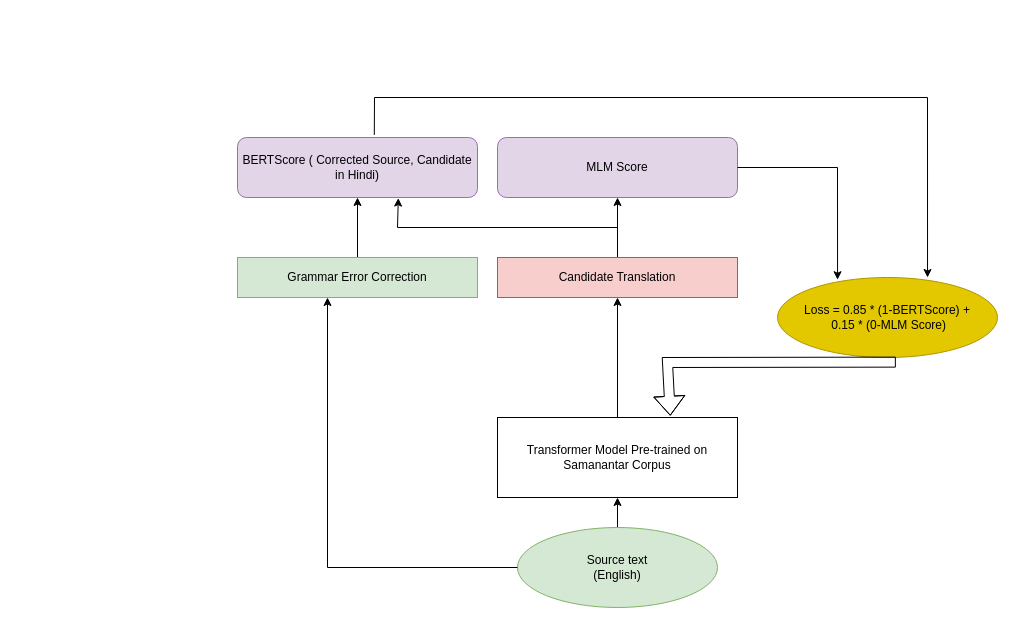
babangain/drawio keeps this draw.io diagram as transformer_with_grammar_correction_mlm_bertscore.drawio. Above is the earlier version. Source tidied: cells renumbered, new cells numbered last; positions are measured from the earlier drawing's top-left corner, leaving out a move shared by most shapes. Both pictures are drawn from the tidied source at 100%, with x=0, y=0 at pixel (237, 97).
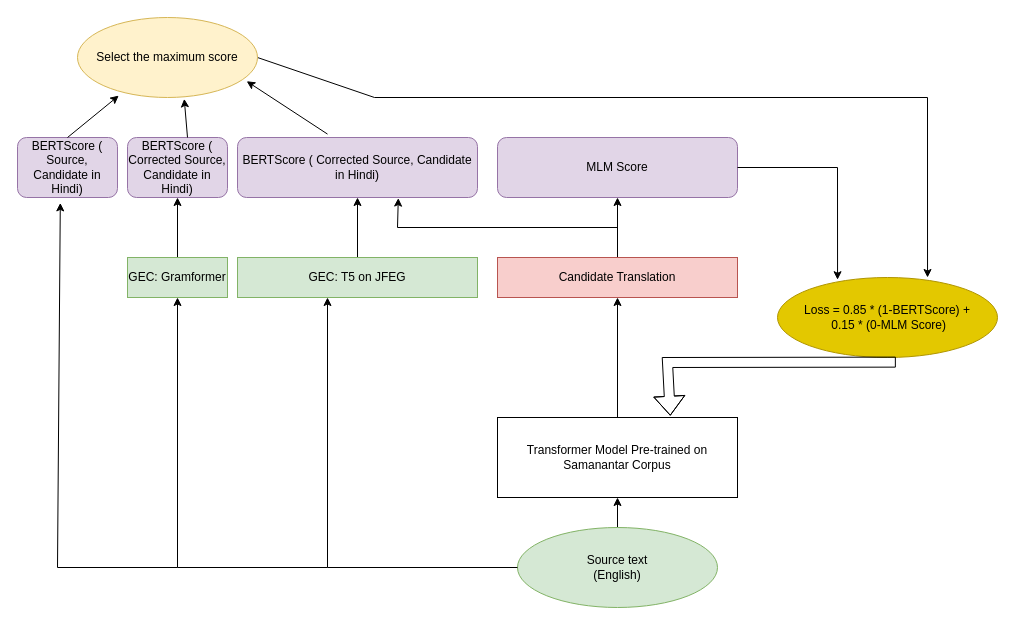
The same diagram, later.

The change refers to these unchanged cells:
```xml
<mxCell id="5" value="Source text&lt;br&gt;(English)" style="ellipse;whiteSpace=wrap;html=1;fillColor=#d5e8d4;strokeColor=#82b366;" parent="1" vertex="1">
  <mxGeometry x="280" y="430" width="200" height="80" as="geometry" />
</mxCell>
<mxCell id="14" value="Loss = 0.85 * (1-BERTScore) +&lt;br&gt;&amp;nbsp;0.15 * (0-MLM Score)" style="ellipse;whiteSpace=wrap;html=1;fillColor=#e3c800;fontColor=#000000;strokeColor=#B09500;" parent="1" vertex="1">
  <mxGeometry x="540" y="180" width="220" height="80" as="geometry" />
</mxCell>
```

What changed in the source:
```diff
@@
-    <mxCell id="8" style="endArrow=classic;html=1;rounded=0;exitX=0;exitY=0.5;exitDx=0;exitDy=0;entryX=0.375;entryY=1;entryDx=0;entryDy=0;entryPerimeter=0;" parent="1" edge="1" source="5" target="10">
-      <mxGeometry relative="1" as="geometry">
-        <Array as="points">
-          <mxPoint x="90" y="470" />
-        </Array>
-      </mxGeometry>
-    </mxCell>
-    <mxCell id="9" style="edgeStyle=orthogonalEdgeStyle;rounded=0;jettySize=auto;html=1;" parent="1" edge="1" source="10" target="12">
-      <mxGeometry relative="1" as="geometry" />
-    </mxCell>
-    <mxCell id="10" value="Grammar Error Correction" style="rounded=0;whiteSpace=wrap;html=1;fillColor=#d5e8d4;strokeColor=#82b366;" parent="1" vertex="1">
-      <mxGeometry y="160" width="240" height="40" as="geometry" />
-    </mxCell>
+    <mxCell id="18" style="endArrow=classic;html=1;rounded=0;exitX=0;exitY=0.5;exitDx=0;exitDy=0;entryX=0.375;entryY=1;entryDx=0;entryDy=0;entryPerimeter=0;" parent="1" edge="1" source="5" target="20">
+      <mxGeometry relative="1" as="geometry">
+        <Array as="points">
+          <mxPoint x="90" y="470" />
+        </Array>
+      </mxGeometry>
+    </mxCell>
+    <mxCell id="19" style="edgeStyle=orthogonalEdgeStyle;rounded=0;jettySize=auto;html=1;" parent="1" edge="1" source="20" target="21">
+      <mxGeometry relative="1" as="geometry" />
+    </mxCell>
+    <mxCell id="20" value="GEC: T5 on JFEG" style="rounded=0;whiteSpace=wrap;html=1;fillColor=#d5e8d4;strokeColor=#82b366;" parent="1" vertex="1">
+      <mxGeometry y="160" width="240" height="40" as="geometry" />
+    </mxCell>
@@
-    <mxCell id="12" value="BERTScore ( Corrected Source, Candidate in Hindi)" style="rounded=1;whiteSpace=wrap;html=1;fillColor=#e1d5e7;strokeColor=#9673a6;" parent="1" vertex="1">
-      <mxGeometry y="40" width="240" height="60" as="geometry" />
-    </mxCell>
-    <mxCell id="13" style="endArrow=classic;html=1;rounded=0;entryX=0.67;entryY=1.01;entryDx=0;entryDy=0;entryPerimeter=0;" parent="1" edge="1" target="12">
-      <mxGeometry relative="1" as="geometry">
-        <mxPoint x="380" y="130" as="sourcePoint" />
-        <Array as="points">
-          <mxPoint x="160" y="130" />
-        </Array>
-      </mxGeometry>
-    </mxCell>
+    <mxCell id="21" value="BERTScore ( Corrected Source, Candidate in Hindi)" style="rounded=1;whiteSpace=wrap;html=1;fillColor=#e1d5e7;strokeColor=#9673a6;" parent="1" vertex="1">
+      <mxGeometry y="40" width="240" height="60" as="geometry" />
+    </mxCell>
+    <mxCell id="22" style="endArrow=classic;html=1;rounded=0;entryX=0.67;entryY=1.01;entryDx=0;entryDy=0;entryPerimeter=0;" parent="1" edge="1" target="21">
+      <mxGeometry relative="1" as="geometry">
+        <mxPoint x="380" y="130" as="sourcePoint" />
+        <Array as="points">
+          <mxPoint x="160" y="130" />
+        </Array>
+      </mxGeometry>
+    </mxCell>
@@
-    <mxCell id="16" style="endArrow=classic;html=1;rounded=0;exitX=0.57;exitY=-0.043;exitDx=0;exitDy=0;exitPerimeter=0;entryX=0.682;entryY=0;entryDx=0;entryDy=0;entryPerimeter=0;" parent="1" edge="1" source="12" target="14">
-      <mxGeometry relative="1" as="geometry">
-        <Array as="points">
-          <mxPoint x="137" />
-          <mxPoint x="690" />
-        </Array>
-      </mxGeometry>
-    </mxCell>
+    <mxCell id="23" style="endArrow=classic;html=1;rounded=0;exitX=1;exitY=0.5;exitDx=0;exitDy=0;entryX=0.682;entryY=0;entryDx=0;entryDy=0;entryPerimeter=0;" parent="1" edge="1" source="30" target="14">
+      <mxGeometry relative="1" as="geometry">
+        <Array as="points">
+          <mxPoint x="137" />
+          <mxPoint x="690" />
+        </Array>
+      </mxGeometry>
+    </mxCell>
@@
+    <mxCell id="24" style="edgeStyle=orthogonalEdgeStyle;rounded=0;jettySize=auto;html=1;" parent="1" edge="1" source="26" target="25">
+      <mxGeometry relative="1" as="geometry" />
+    </mxCell>
+    <mxCell id="25" value="BERTScore ( Corrected Source, Candidate in Hindi)" style="rounded=1;whiteSpace=wrap;html=1;fillColor=#e1d5e7;strokeColor=#9673a6;" parent="1" vertex="1">
+      <mxGeometry x="-110" y="40" width="100" height="60" as="geometry" />
+    </mxCell>
+    <mxCell id="26" value="GEC: Gramformer" style="rounded=0;whiteSpace=wrap;html=1;fillColor=#d5e8d4;strokeColor=#82b366;" parent="1" vertex="1">
+      <mxGeometry x="-110" y="160" width="100" height="40" as="geometry" />
+    </mxCell>
+    <mxCell id="27" value="BERTScore ( Source, Candidate in Hindi)" style="rounded=1;whiteSpace=wrap;html=1;fillColor=#e1d5e7;strokeColor=#9673a6;" parent="1" vertex="1">
+      <mxGeometry x="-220" y="40" width="100" height="60" as="geometry" />
+    </mxCell>
+    <mxCell id="28" style="endArrow=classic;html=1;rounded=0;entryX=0.5;entryY=1;entryDx=0;entryDy=0;" parent="1" edge="1" target="26">
+      <mxGeometry relative="1" as="geometry">
+        <mxPoint x="90" y="470" as="sourcePoint" />
+        <Array as="points">
+          <mxPoint x="-60" y="470" />
+        </Array>
+      </mxGeometry>
+    </mxCell>
+    <mxCell id="29" style="endArrow=classic;html=1;rounded=0;entryX=0.428;entryY=1.09;entryDx=0;entryDy=0;entryPerimeter=0;" parent="1" edge="1" target="27">
+      <mxGeometry relative="1" as="geometry">
+        <mxPoint x="-60" y="470" as="sourcePoint" />
+        <Array as="points">
+          <mxPoint x="-180" y="470" />
+        </Array>
+      </mxGeometry>
+    </mxCell>
+    <mxCell id="30" value="Select the maximum score" style="ellipse;whiteSpace=wrap;html=1;fillColor=#fff2cc;strokeColor=#d6b656;" parent="1" vertex="1">
+      <mxGeometry x="-160" y="-80" width="180" height="80" as="geometry" />
+    </mxCell>
+    <mxCell id="31" style="endArrow=classic;html=1;rounded=0;exitX=0.375;exitY=-0.057;exitDx=0;exitDy=0;exitPerimeter=0;entryX=0.94;entryY=0.797;entryDx=0;entryDy=0;entryPerimeter=0;" parent="1" edge="1" source="21" target="30">
+      <mxGeometry relative="1" as="geometry" />
+    </mxCell>
+    <mxCell id="32" style="endArrow=classic;html=1;rounded=0;exitX=0.6;exitY=0;exitDx=0;exitDy=0;exitPerimeter=0;entryX=0.593;entryY=1.017;entryDx=0;entryDy=0;entryPerimeter=0;" parent="1" edge="1" source="25" target="30">
+      <mxGeometry relative="1" as="geometry" />
+    </mxCell>
+    <mxCell id="33" style="endArrow=classic;html=1;rounded=0;exitX=0.5;exitY=0;exitDx=0;exitDy=0;entryX=0.229;entryY=0.977;entryDx=0;entryDy=0;entryPerimeter=0;" parent="1" edge="1" source="27" target="30">
+      <mxGeometry relative="1" as="geometry" />
+    </mxCell>
```
